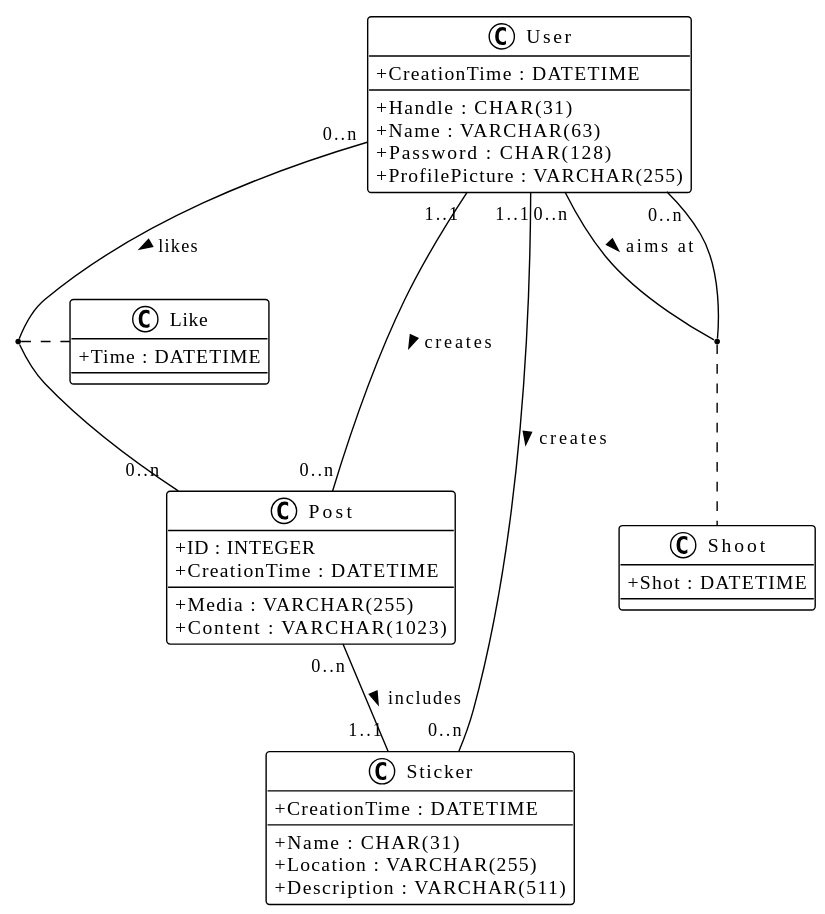
luca-baeck/Soziales-Netzwerk keeps this PlantUML diagram as doc/hiddlestickUML.svg. Above is the earlier version.
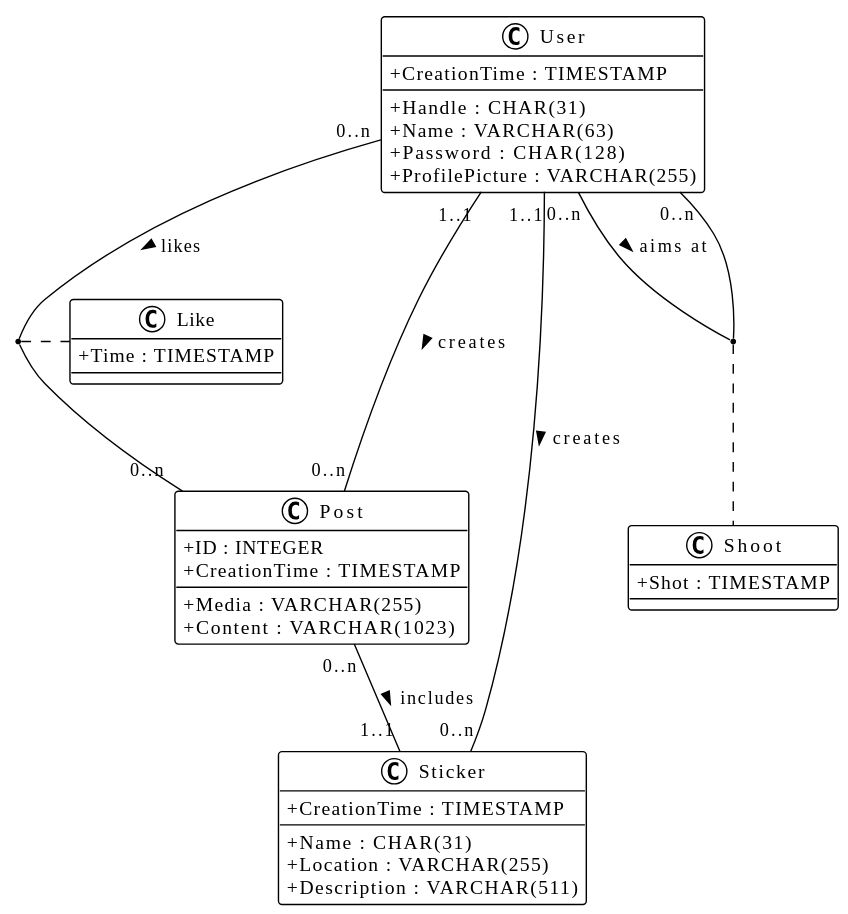
The same file after the commit.

Commit message:
Changed time format from DATETIME to TIMESTAMP

Diff of the diagram source:
```diff
@@ -7,21 +7,21 @@
     + Name : VARCHAR(63)
     + Password : CHAR(128)
     + ProfilePicture : VARCHAR(255)
-    + CreationTime : DATETIME
+    + CreationTime : TIMESTAMP
 }
 
 class Post{
     + ID : INTEGER
     + Media : VARCHAR(255)
     + Content : VARCHAR(1023)
-    + CreationTime : DATETIME
+    + CreationTime : TIMESTAMP
 }
 
 class Sticker{
     + Name : CHAR(31)
     + Location : VARCHAR(255)
     + Description : VARCHAR(511)
-    + CreationTime : DATETIME
+    + CreationTime : TIMESTAMP
 }
 
 User "0..n" -- "0..n" User : aims at >
@@ -33,10 +33,10 @@
 (User, Post) . Like
 
 class Shoot{
-    + Shot : DATETIME
+    + Shot : TIMESTAMP
 }
 
 class Like{
-    + Time : DATETIME
+    + Time : TIMESTAMP
 }
 @enduml
```
